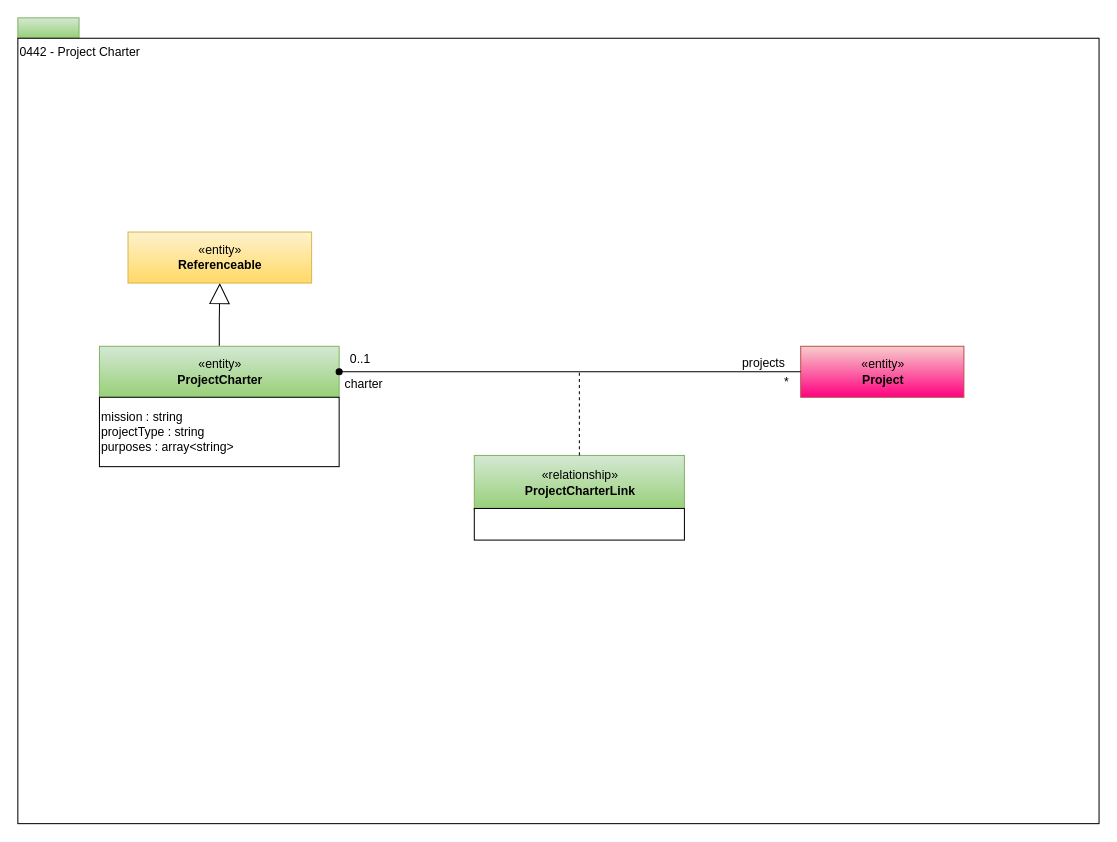
The draw.io diagram page "0442-Project-Charter" (15 of 31) of site/docs/types/4/area-4-governance.drawio in odpi/egeria-docs, before the edit. Source tidied: cells renumbered, new cells numbered last; positions are measured from the earlier drawing's top-left corner, leaving out a move shared by most shapes. Both pictures are drawn from the tidied source at 102%, with x=0, y=0 at pixel (17, 17).
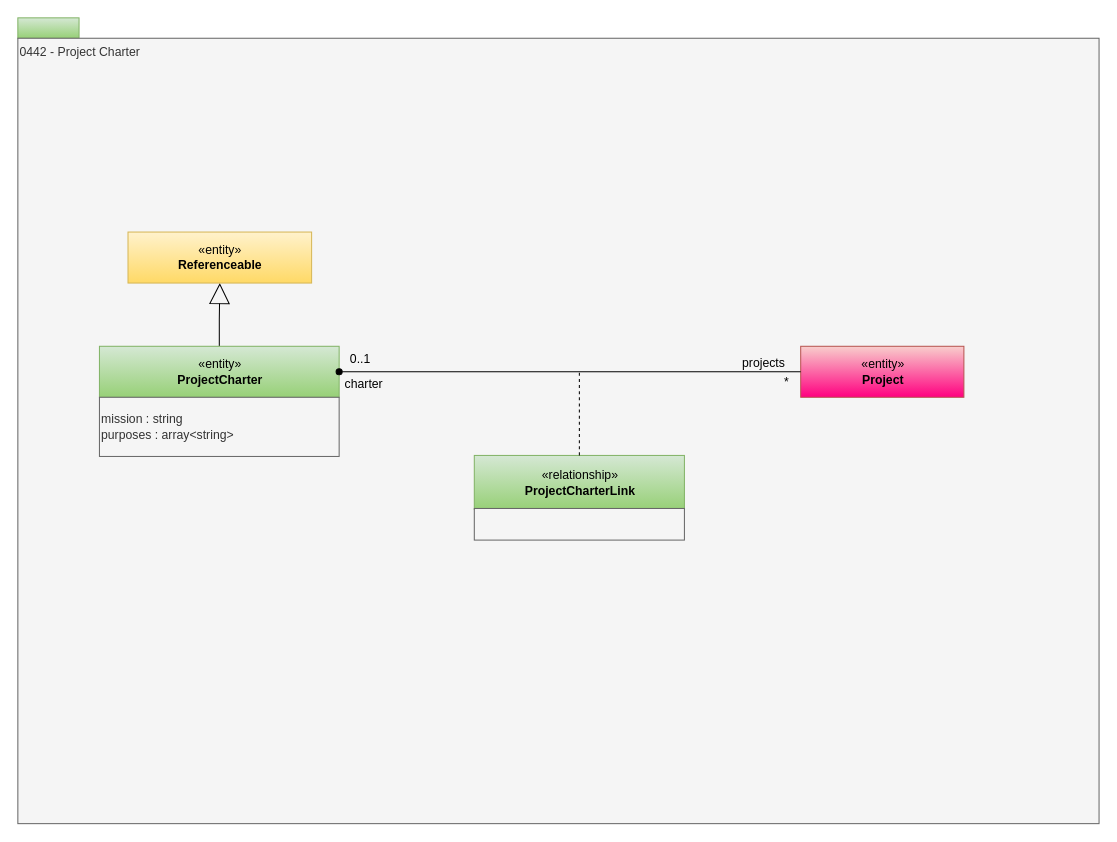
The same page after the edit.

Change to the diagram source:
```diff
@@
 <mxGraphModel>
   <root>
     <mxCell id="0" />
     <mxCell id="1" parent="0" />
     <mxCell id="2" style="rounded=0;whiteSpace=wrap;html=1;align=left;fillColor=#d5e8d4;strokeColor=#82b366;gradientColor=#97d077;" parent="1" vertex="1">
       <mxGeometry width="60" height="20" as="geometry" />
     </mxCell>
-    <mxCell id="3" value="0442 - Project Charter" style="rounded=0;whiteSpace=wrap;html=1;align=left;verticalAlign=top;" parent="1" vertex="1">
+    <mxCell id="3" value="0442 - Project Charter" style="rounded=0;whiteSpace=wrap;html=1;align=left;verticalAlign=top;fillColor=#f5f5f5;fontColor=#333333;strokeColor=#666666;" parent="1" vertex="1">
       <mxGeometry y="20" width="1060" height="770" as="geometry" />
     </mxCell>
     <mxCell id="4" style="edgeStyle=orthogonalEdgeStyle;rounded=0;jettySize=auto;html=1;exitX=0.5;exitY=0;exitDx=0;exitDy=0;endArrow=block;endFill=0;endSize=18;" parent="1" edge="1" source="5" target="6">
       <mxGeometry relative="1" as="geometry" />
     </mxCell>
     <mxCell id="5" value="«entity»&lt;br&gt;&lt;b&gt;ProjectCharter&lt;/b&gt;" style="html=1;strokeColor=#82b366;align=center;fillColor=#d5e8d4;gradientColor=#97d077;" parent="1" vertex="1">
       <mxGeometry x="80" y="322" width="235" height="50" as="geometry" />
     </mxCell>
     <mxCell id="6" value="«entity»&lt;br&gt;&lt;b&gt;Referenceable&lt;/b&gt;" style="html=1;strokeColor=#d6b656;align=center;fillColor=#fff2cc;gradientColor=#ffd966;" parent="1" vertex="1">
       <mxGeometry x="108" y="210" width="180" height="50" as="geometry" />
     </mxCell>
-    <mxCell id="7" value="mission : string&lt;br&gt;projectType : string&lt;br&gt;purposes : array&amp;lt;string&amp;gt;" style="rounded=0;whiteSpace=wrap;html=1;strokeColor=#000000;gradientColor=#ffffff;align=left;" parent="1" vertex="1">
-      <mxGeometry x="80" y="372" width="235" height="68" as="geometry" />
+    <mxCell id="7" value="mission : string&lt;br&gt;purposes : array&amp;lt;string&amp;gt;" style="rounded=0;whiteSpace=wrap;html=1;strokeColor=#666666;align=left;fillColor=#f5f5f5;fontColor=#333333;" parent="1" vertex="1">
+      <mxGeometry x="80" y="372" width="235" height="58" as="geometry" />
     </mxCell>
     <mxCell id="8" value="«entity»&lt;br&gt;&lt;b&gt;Project&lt;/b&gt;" style="html=1;strokeColor=#b85450;align=center;fillColor=#f8cecc;gradientColor=#FF0080;" parent="1" vertex="1">
       <mxGeometry x="767.5" y="322" width="160" height="50" as="geometry" />
     </mxCell>
     <mxCell id="9" style="edgeStyle=orthogonalEdgeStyle;rounded=0;html=1;jettySize=auto;endArrow=none;endFill=0;exitX=1;exitY=0.5;exitDx=0;exitDy=0;startArrow=oval;startFill=1;" parent="1" edge="1" source="5" target="8">
       <mxGeometry relative="1" as="geometry" />
     </mxCell>
     <mxCell id="10" value="*" style="text;html=1;strokeColor=none;fillColor=none;align=center;verticalAlign=middle;whiteSpace=wrap;rounded=0;" parent="1" vertex="1">
       <mxGeometry x="740.5" y="348" width="26" height="18" as="geometry" />
     </mxCell>
     <mxCell id="11" value="«relationship»&lt;br&gt;&lt;b&gt;ProjectCharterLink&lt;/b&gt;" style="html=1;strokeColor=#82b366;align=center;fillColor=#d5e8d4;gradientColor=#97d077;" parent="1" vertex="1">
       <mxGeometry x="447.5" y="429" width="206" height="53" as="geometry" />
     </mxCell>
     <mxCell id="12" style="endArrow=none;dashed=1;html=1;" parent="1" edge="1" target="11">
       <mxGeometry relative="1" as="geometry">
         <mxPoint x="550.5" y="348" as="sourcePoint" />
       </mxGeometry>
     </mxCell>
-    <mxCell id="13" style="rounded=0;whiteSpace=wrap;html=1;strokeColor=#000000;gradientColor=#ffffff;align=left;" parent="1" vertex="1">
+    <mxCell id="13" style="rounded=0;whiteSpace=wrap;html=1;strokeColor=#666666;align=left;fillColor=#f5f5f5;fontColor=#333333;" parent="1" vertex="1">
       <mxGeometry x="447.5" y="481" width="206" height="31" as="geometry" />
     </mxCell>
     <mxCell id="14" value="projects" style="text;html=1;strokeColor=none;fillColor=none;align=center;verticalAlign=middle;whiteSpace=wrap;rounded=0;" parent="1" vertex="1">
       <mxGeometry x="696.5" y="329" width="69" height="20" as="geometry" />
     </mxCell>
     <mxCell id="15" value="charter" style="text;html=1;strokeColor=none;fillColor=none;align=center;verticalAlign=middle;whiteSpace=wrap;rounded=0;" parent="1" vertex="1">
       <mxGeometry x="315" y="348.5" width="48.5" height="20" as="geometry" />
     </mxCell>
     <mxCell id="16" value="0..1" style="text;html=1;strokeColor=none;fillColor=none;align=center;verticalAlign=middle;whiteSpace=wrap;rounded=0;" parent="1" vertex="1">
       <mxGeometry x="323" y="325.5" width="26" height="18" as="geometry" />
     </mxCell>
   </root>
 </mxGraphModel>
```
